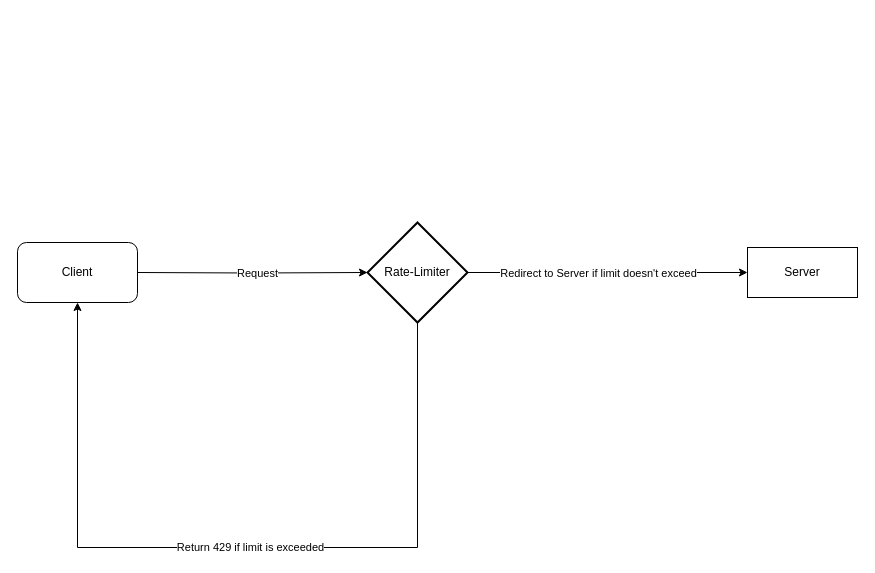
This is rate-limiter-schema.drawio from shyss18/rate-limiter, a draw.io file, before an edit. Source tidied: cells renumbered, new cells numbered last; positions are measured from the earlier drawing's top-left corner, leaving out a move shared by most shapes. Both pictures are drawn from the tidied source at 100%, with x=0, y=0 at pixel (17, 222).
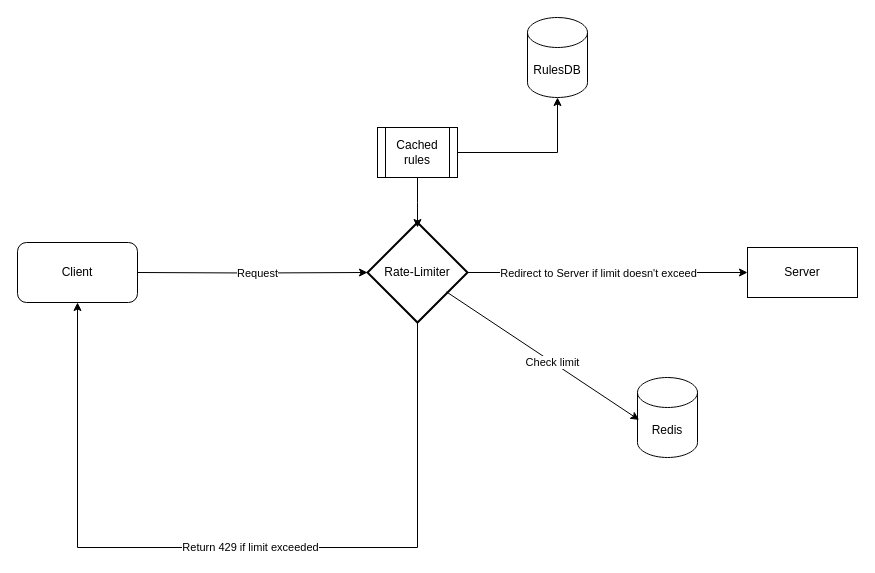
The same diagram, later.

Unchanged cells that the change refers to:
```xml
<mxCell id="5" style="edgeStyle=orthogonalEdgeStyle;rounded=0;jettySize=auto;html=1;entryX=0.5;entryY=1;entryDx=0;entryDy=0;" parent="1" edge="1" source="7" target="10">
  <mxGeometry relative="1" as="geometry">
    <Array as="points">
      <mxPoint x="400" y="325" />
      <mxPoint x="60" y="325" />
    </Array>
  </mxGeometry>
</mxCell>
<mxCell id="7" value="Rate-Limiter" style="strokeWidth=2;html=1;shape=mxgraph.flowchart.decision;whiteSpace=wrap;" parent="1" vertex="1">
  <mxGeometry x="350" width="100" height="100" as="geometry" />
</mxCell>
```

Diff of the diagram source:
```diff
@@
-    <mxCell id="6" value="Return 429 if limit is exceeded" style="edgeLabel;html=1;align=center;verticalAlign=middle;" parent="5" vertex="1">
+    <mxCell id="6" value="Return 429 if limit exceeded" style="edgeLabel;html=1;align=center;verticalAlign=middle;" parent="5" vertex="1">
       <mxGeometry x="-0.03" y="-1" relative="1" as="geometry" />
     </mxCell>
@@
+    <mxCell id="11" value="Redis" style="shape=cylinder3;whiteSpace=wrap;html=1;boundedLbl=1;backgroundOutline=1;size=15;" parent="1" vertex="1">
+      <mxGeometry x="620" y="155" width="60" height="80" as="geometry" />
+    </mxCell>
+    <mxCell id="12" style="endArrow=classic;html=1;rounded=0;exitX=0.79;exitY=0.694;exitDx=0;exitDy=0;exitPerimeter=0;entryX=0.026;entryY=0.53;entryDx=0;entryDy=0;entryPerimeter=0;" parent="1" edge="1" source="7" target="11">
+      <mxGeometry relative="1" as="geometry" />
+    </mxCell>
+    <mxCell id="13" value="Check limit" style="edgeLabel;html=1;align=center;verticalAlign=middle;" parent="12" vertex="1">
+      <mxGeometry x="0.1" relative="1" as="geometry" />
+    </mxCell>
+    <mxCell id="14" style="edgeStyle=orthogonalEdgeStyle;rounded=0;jettySize=auto;html=1;" parent="1" edge="1" source="15" target="17">
+      <mxGeometry relative="1" as="geometry" />
+    </mxCell>
+    <mxCell id="15" value="Cached rules" style="shape=process;whiteSpace=wrap;html=1;backgroundOutline=1;" parent="1" vertex="1">
+      <mxGeometry x="360" y="-95" width="80" height="50" as="geometry" />
+    </mxCell>
+    <mxCell id="16" style="edgeStyle=orthogonalEdgeStyle;rounded=0;jettySize=auto;html=1;" parent="1" edge="1" source="15">
+      <mxGeometry relative="1" as="geometry">
+        <mxPoint x="400" y="5" as="targetPoint" />
+      </mxGeometry>
+    </mxCell>
+    <mxCell id="17" value="RulesDB" style="shape=cylinder3;whiteSpace=wrap;html=1;boundedLbl=1;backgroundOutline=1;size=15;" parent="1" vertex="1">
+      <mxGeometry x="510" y="-205" width="60" height="80" as="geometry" />
+    </mxCell>
```
